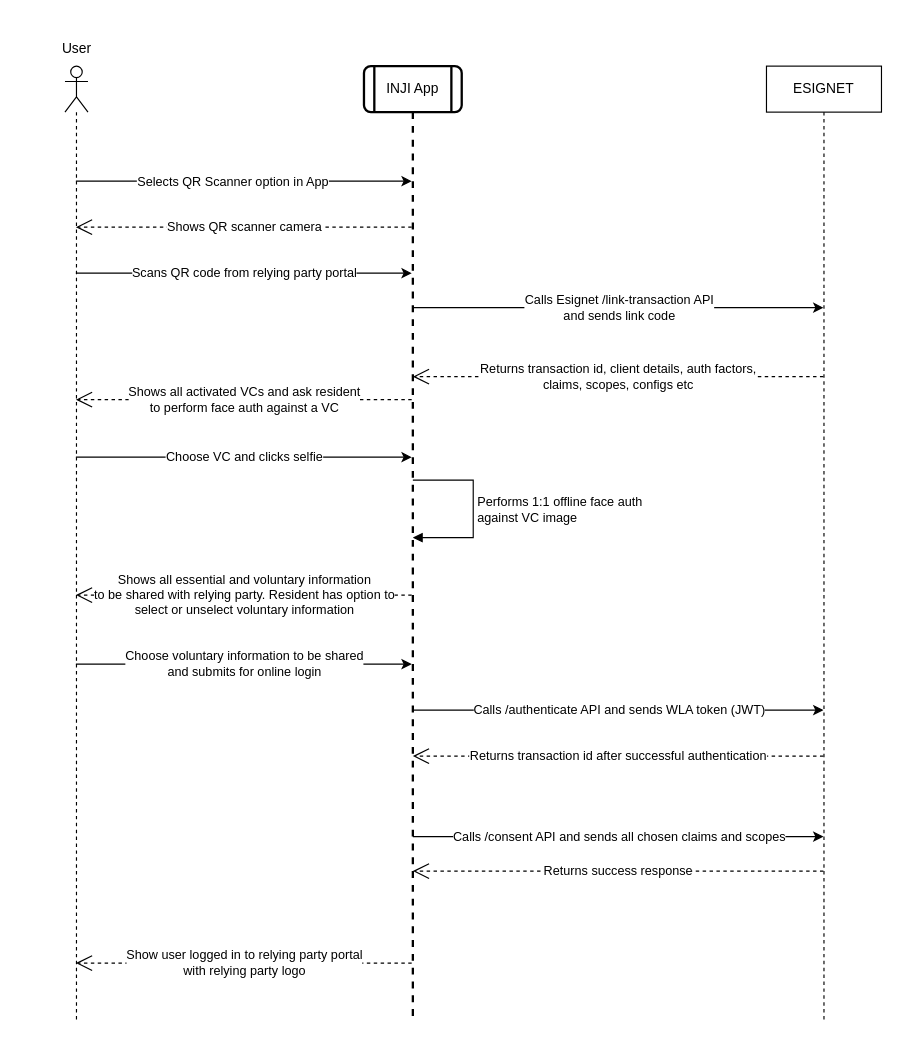
Before: docs/_images/online_qr_login.drawio in mosip/documentation, a draw.io diagram. Source tidied: cells renumbered, new cells numbered last; positions are measured from the earlier drawing's top-left corner, leaving out a move shared by most shapes. Both pictures are drawn from the tidied source at 115%, with x=0, y=0 at pixel (47, 31).
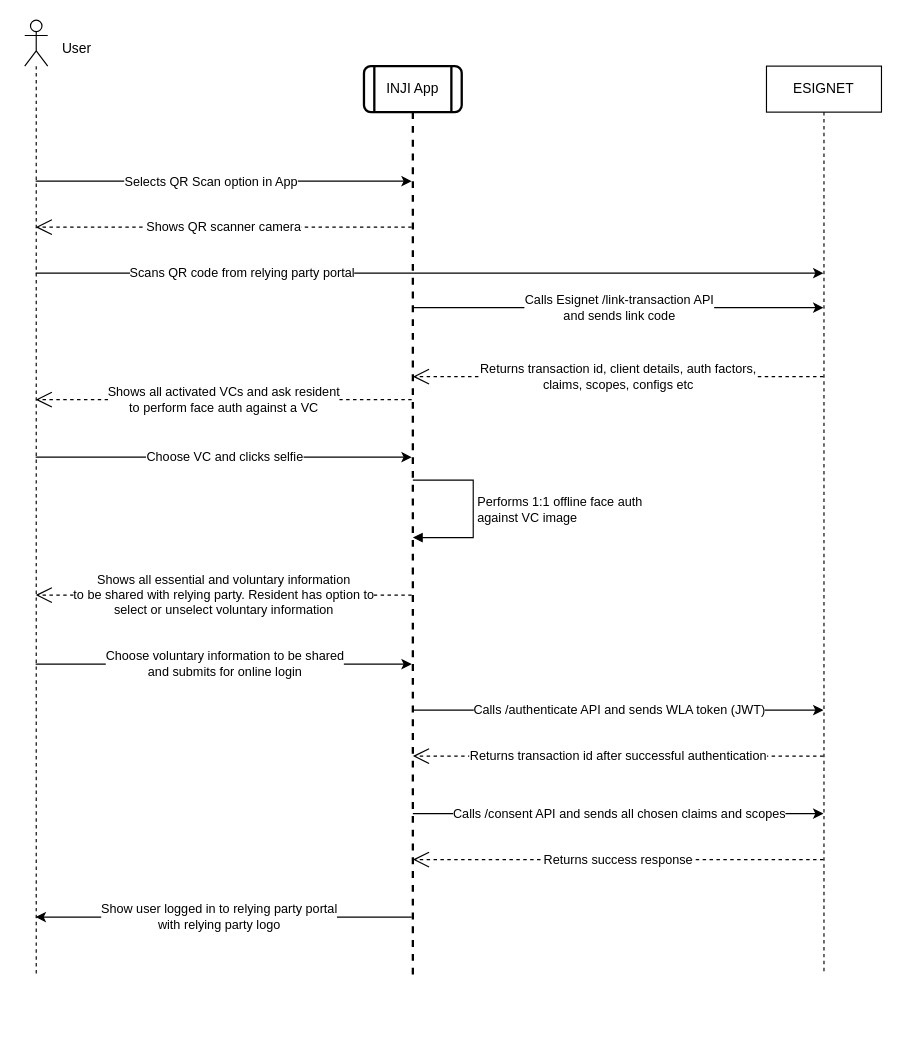
The same diagram, later.

The change refers to these unchanged cells:
```xml
<mxCell id="2" style="edgeStyle=elbowEdgeStyle;rounded=0;jettySize=auto;html=1;elbow=vertical;curved=0;" parent="1" edge="1" source="7" target="16">
  <mxGeometry relative="1" as="geometry">
    <Array as="points">
      <mxPoint x="145" y="130" />
    </Array>
  </mxGeometry>
</mxCell>
```

What changed in the source:
```diff
@@
-    <mxCell id="3" value="Selects QR Scanner option in App" style="edgeLabel;html=1;align=center;verticalAlign=middle;" parent="2" vertex="1">
+    <mxCell id="3" value="Selects QR Scan option in App" style="edgeLabel;html=1;align=center;verticalAlign=middle;" parent="2" vertex="1">
       <mxGeometry x="-0.07" y="1" relative="1" as="geometry">
         <mxPoint y="1" as="offset" />
       </mxGeometry>
     </mxCell>
-    <mxCell id="4" value="Scans QR code from relying party portal" style="edgeStyle=elbowEdgeStyle;rounded=0;jettySize=auto;html=1;elbow=vertical;curved=0;" parent="1" edge="1" source="7" target="16">
-      <mxGeometry relative="1" as="geometry">
+    <mxCell id="4" value="Scans QR code from relying party portal" style="edgeStyle=elbowEdgeStyle;rounded=0;jettySize=auto;html=1;elbow=vertical;curved=0;" parent="1" edge="1" source="7" target="20">
+      <mxGeometry x="-0.48" relative="1" as="geometry">
         <Array as="points">
           <mxPoint x="215" y="210" />
         </Array>
+        <mxPoint x="1" as="offset" />
       </mxGeometry>
     </mxCell>
@@
     <mxCell id="7" style="shape=umlLifeline;perimeter=lifelinePerimeter;whiteSpace=wrap;html=1;outlineConnect=0;portConstraint=eastwest;newEdgeStyle={&quot;edgeStyle&quot;:&quot;elbowEdgeStyle&quot;,&quot;elbow&quot;:&quot;vertical&quot;,&quot;curved&quot;:0,&quot;rounded&quot;:0};participant=umlActor;fontStyle=0;" parent="1" vertex="1">
-      <mxGeometry x="15" y="30" width="20" height="830" as="geometry" />
+      <mxGeometry x="-20" y="-10" width="20" height="830" as="geometry" />
     </mxCell>
@@
-    <mxCell id="14" value="Calls /consent API and sends all chosen claims and scopes" style="edgeStyle=elbowEdgeStyle;rounded=0;jettySize=auto;html=1;elbow=vertical;curved=0;" parent="1" edge="1" source="16" target="20">
+    <mxCell id="14" value="Calls /consent API and sends all chosen claims and scopes" style="edgeStyle=elbowEdgeStyle;rounded=0;orthogonalLoop=1;jettySize=auto;html=1;elbow=vertical;curved=0;" parent="1" edge="1">
       <mxGeometry relative="1" as="geometry">
+        <mxPoint x="317.5" y="680" as="sourcePoint" />
+        <mxPoint x="674.5" y="680" as="targetPoint" />
         <Array as="points">
-          <mxPoint x="605" y="700" />
+          <mxPoint x="605" y="680" />
         </Array>
       </mxGeometry>
     </mxCell>
-    <mxCell id="15" value="Show user logged in to relying party portal&lt;br&gt;with relying party logo" style="edgeStyle=elbowEdgeStyle;rounded=1;jettySize=auto;html=1;elbow=vertical;curved=0;endArrow=open;endSize=12;dashed=1;" parent="1" edge="1" source="16" target="7">
-      <mxGeometry relative="1" as="geometry">
-        <Array as="points">
-          <mxPoint x="85" y="810" />
-        </Array>
-      </mxGeometry>
-    </mxCell>
     <mxCell id="16" value="INJI App" style="shape=umlLifeline;perimeter=lifelinePerimeter;whiteSpace=wrap;html=1;outlineConnect=0;portConstraint=eastwest;newEdgeStyle={&quot;edgeStyle&quot;:&quot;elbowEdgeStyle&quot;,&quot;elbow&quot;:&quot;vertical&quot;,&quot;curved&quot;:0,&quot;rounded&quot;:0};participant=process;verticalAlign=middle;strokeColor=default;shadow=0;dashed=0;strokeWidth=2;labelBackgroundColor=#ffffff;fillColor=default;fontColor=default;sketch=0;gradientColor=none;fontStyle=0;rounded=1;" parent="1" vertex="1">
-      <mxGeometry x="275" y="30" width="85" height="830" as="geometry" />
+      <mxGeometry x="275" y="30" width="85" height="790" as="geometry" />
     </mxCell>
@@
-    <mxCell id="19" value="Returns success response" style="edgeStyle=elbowEdgeStyle;rounded=1;jettySize=auto;html=1;elbow=vertical;curved=0;endArrow=open;endSize=12;dashed=1;" parent="1" edge="1" source="20" target="16">
+    <mxCell id="19" value="Returns success response" style="edgeStyle=elbowEdgeStyle;rounded=1;orthogonalLoop=1;jettySize=auto;html=1;elbow=vertical;curved=0;endArrow=open;endSize=12;dashed=1;" parent="1" edge="1">
       <mxGeometry relative="1" as="geometry">
+        <mxPoint x="674.5" y="720" as="sourcePoint" />
+        <mxPoint x="317.5" y="720" as="targetPoint" />
         <Array as="points">
-          <mxPoint x="425" y="730" />
+          <mxPoint x="425" y="720" />
         </Array>
       </mxGeometry>
     </mxCell>
     <mxCell id="20" value="ESIGNET" style="shape=umlLifeline;perimeter=lifelinePerimeter;whiteSpace=wrap;html=1;outlineConnect=0;portConstraint=eastwest;newEdgeStyle={&quot;edgeStyle&quot;:&quot;elbowEdgeStyle&quot;,&quot;elbow&quot;:&quot;vertical&quot;,&quot;curved&quot;:0,&quot;rounded&quot;:0};" parent="1" vertex="1">
-      <mxGeometry x="625" y="30" width="100" height="830" as="geometry" />
+      <mxGeometry x="625" y="30" width="100" height="790" as="geometry" />
     </mxCell>
@@
+    <mxCell id="22" style="edgeStyle=elbowEdgeStyle;rounded=0;jettySize=auto;html=1;elbow=vertical;curved=0;" parent="1" edge="1" source="16" target="7">
+      <mxGeometry relative="1" as="geometry">
+        <Array as="points">
+          <mxPoint x="85.5" y="770" />
+        </Array>
+      </mxGeometry>
+    </mxCell>
+    <mxCell id="15" value="Show user logged in to relying party portal&lt;br style=&quot;border-color: var(--border-color);&quot;&gt;with relying party logo" style="edgeLabel;html=1;align=center;verticalAlign=middle;" parent="22" vertex="1">
+      <mxGeometry x="0.4" y="-1" relative="1" as="geometry">
+        <mxPoint x="61" as="offset" />
+      </mxGeometry>
+    </mxCell>
```
